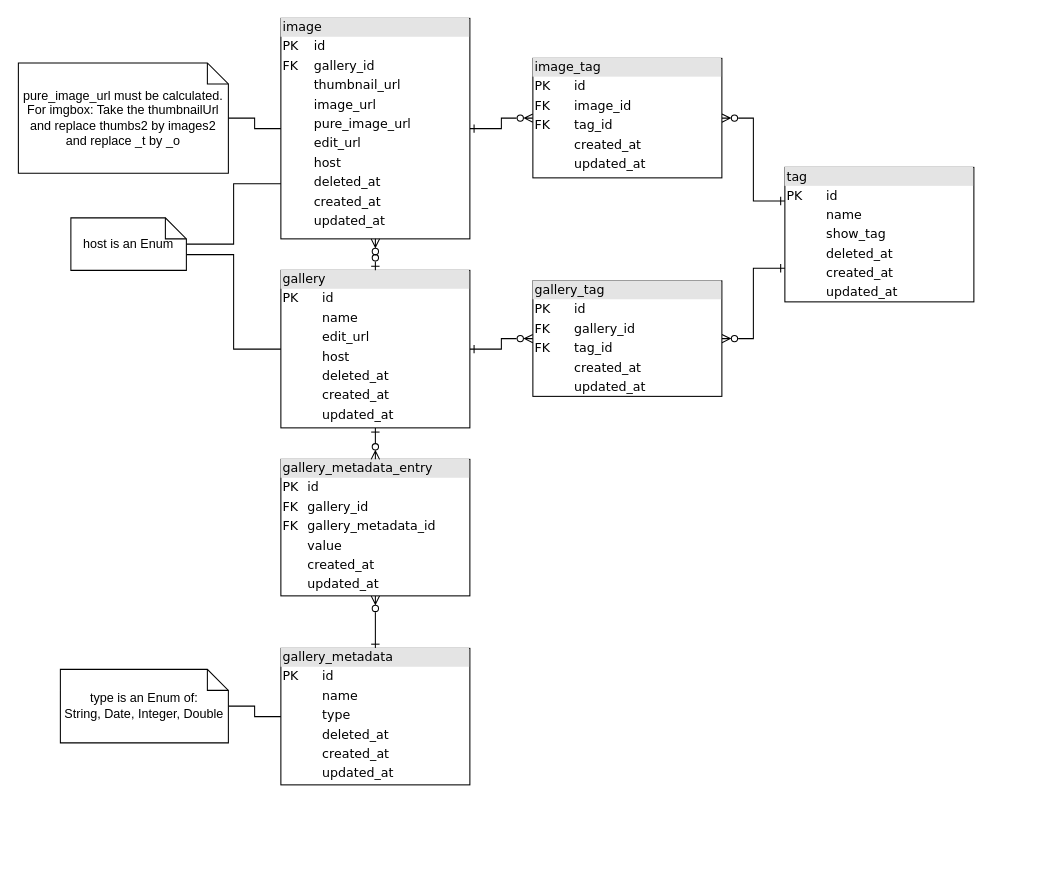
Before: docs/OGM-DB.drawio in Kokogino/online-gallery-manager, a draw.io diagram. Source tidied: cells renumbered, new cells numbered last; positions are measured from the earlier drawing's top-left corner, leaving out a move shared by most shapes. Both pictures are drawn from the tidied source at 105%, with x=0, y=0 at pixel (18, 18).
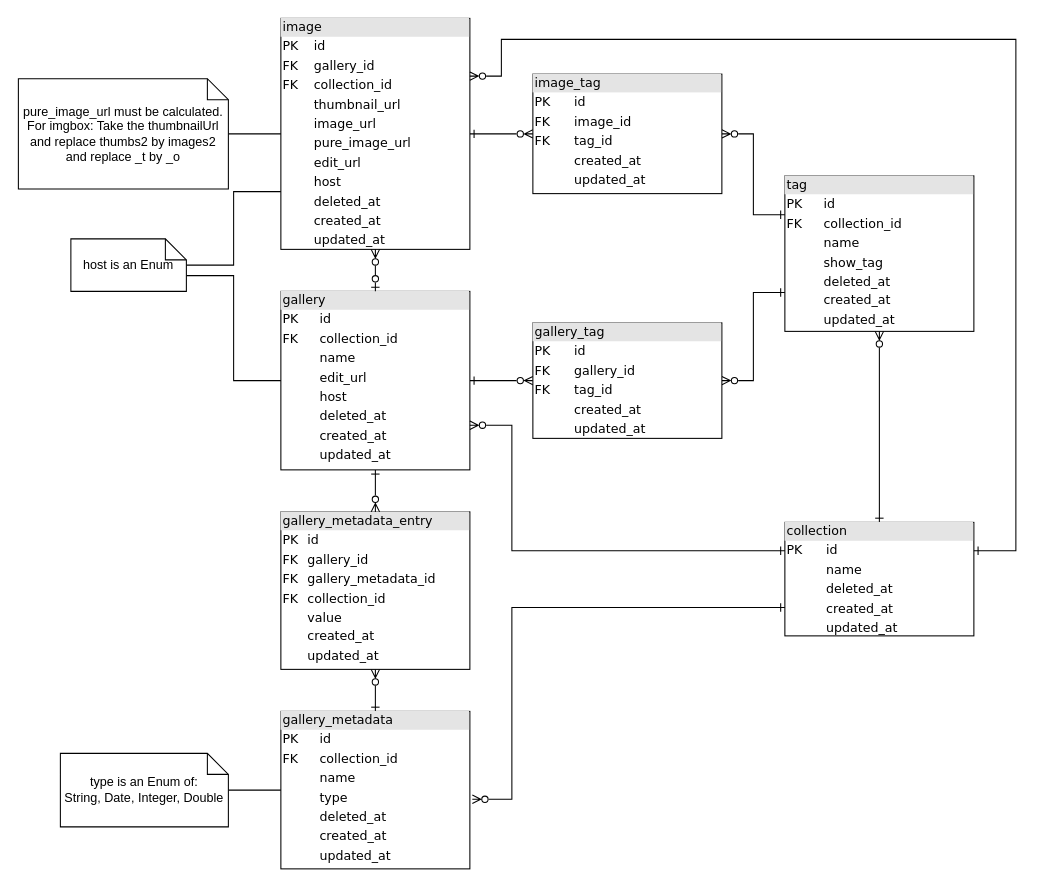
The same page after the edit.

Commit message:
Extend DB model diagram with collection table.

What changed in the source:
```diff
@@
-    <mxCell id="3" value="&lt;div style=&quot;box-sizing:border-box;width:100%;background:#e4e4e4;padding:2px;&quot;&gt;image&lt;/div&gt;&lt;table style=&quot;width:100%;font-size:1em;&quot; cellpadding=&quot;2&quot; cellspacing=&quot;0&quot;&gt;&lt;tbody&gt;&lt;tr&gt;&lt;td&gt;PK&lt;/td&gt;&lt;td&gt;id&lt;/td&gt;&lt;/tr&gt;&lt;tr&gt;&lt;td&gt;FK&lt;/td&gt;&lt;td&gt;gallery_id&lt;/td&gt;&lt;/tr&gt;&lt;tr&gt;&lt;td&gt;&lt;/td&gt;&lt;td&gt;thumbnail_url&lt;br&gt;&lt;/td&gt;&lt;/tr&gt;&lt;tr&gt;&lt;td&gt;&lt;br&gt;&lt;/td&gt;&lt;td&gt;image_url&lt;br&gt;&lt;/td&gt;&lt;/tr&gt;&lt;tr&gt;&lt;td&gt;&lt;br&gt;&lt;/td&gt;&lt;td&gt;pure_image_url&lt;br&gt;&lt;/td&gt;&lt;/tr&gt;&lt;tr&gt;&lt;td&gt;&lt;br&gt;&lt;/td&gt;&lt;td&gt;edit_url&lt;/td&gt;&lt;/tr&gt;&lt;tr&gt;&lt;td&gt;&lt;br&gt;&lt;/td&gt;&lt;td&gt;host&lt;/td&gt;&lt;/tr&gt;&lt;tr&gt;&lt;td&gt;&lt;br&gt;&lt;/td&gt;&lt;td&gt;deleted_at&lt;/td&gt;&lt;/tr&gt;&lt;tr&gt;&lt;td&gt;&lt;br&gt;&lt;/td&gt;&lt;td&gt;created_at&lt;/td&gt;&lt;/tr&gt;&lt;tr&gt;&lt;td&gt;&lt;br&gt;&lt;/td&gt;&lt;td&gt;updated_at&lt;/td&gt;&lt;/tr&gt;&lt;/tbody&gt;&lt;/table&gt;" style="verticalAlign=top;align=left;overflow=fill;html=1;rounded=0;shadow=0;comic=0;labelBackgroundColor=none;strokeWidth=1;fontFamily=Verdana;fontSize=12;" parent="1" vertex="1">
-      <mxGeometry x="250" width="180" height="210" as="geometry" />
+    <mxCell id="3" value="&lt;div style=&quot;box-sizing:border-box;width:100%;background:#e4e4e4;padding:2px;&quot;&gt;image&lt;/div&gt;&lt;table style=&quot;width:100%;font-size:1em;&quot; cellpadding=&quot;2&quot; cellspacing=&quot;0&quot;&gt;&lt;tbody&gt;&lt;tr&gt;&lt;td&gt;PK&lt;/td&gt;&lt;td&gt;id&lt;/td&gt;&lt;/tr&gt;&lt;tr&gt;&lt;td&gt;FK&lt;/td&gt;&lt;td&gt;gallery_id&lt;/td&gt;&lt;/tr&gt;&lt;tr&gt;&lt;td&gt;FK&lt;/td&gt;&lt;td&gt;collection_id&lt;br&gt;&lt;/td&gt;&lt;/tr&gt;&lt;tr&gt;&lt;td&gt;&lt;/td&gt;&lt;td&gt;thumbnail_url&lt;br&gt;&lt;/td&gt;&lt;/tr&gt;&lt;tr&gt;&lt;td&gt;&lt;br&gt;&lt;/td&gt;&lt;td&gt;image_url&lt;br&gt;&lt;/td&gt;&lt;/tr&gt;&lt;tr&gt;&lt;td&gt;&lt;br&gt;&lt;/td&gt;&lt;td&gt;pure_image_url&lt;br&gt;&lt;/td&gt;&lt;/tr&gt;&lt;tr&gt;&lt;td&gt;&lt;br&gt;&lt;/td&gt;&lt;td&gt;edit_url&lt;/td&gt;&lt;/tr&gt;&lt;tr&gt;&lt;td&gt;&lt;br&gt;&lt;/td&gt;&lt;td&gt;host&lt;/td&gt;&lt;/tr&gt;&lt;tr&gt;&lt;td&gt;&lt;br&gt;&lt;/td&gt;&lt;td&gt;deleted_at&lt;/td&gt;&lt;/tr&gt;&lt;tr&gt;&lt;td&gt;&lt;br&gt;&lt;/td&gt;&lt;td&gt;created_at&lt;/td&gt;&lt;/tr&gt;&lt;tr&gt;&lt;td&gt;&lt;br&gt;&lt;/td&gt;&lt;td&gt;updated_at&lt;/td&gt;&lt;/tr&gt;&lt;/tbody&gt;&lt;/table&gt;" style="verticalAlign=top;align=left;overflow=fill;html=1;rounded=0;shadow=0;comic=0;labelBackgroundColor=none;strokeWidth=1;fontFamily=Verdana;fontSize=12;" parent="1" vertex="1">
+      <mxGeometry x="250" width="180" height="220" as="geometry" />
     </mxCell>
@@
-    <mxCell id="5" value="&lt;div style=&quot;box-sizing: border-box ; width: 100% ; background: #e4e4e4 ; padding: 2px&quot;&gt;gallery_metadata&lt;/div&gt;&lt;table style=&quot;width: 100% ; font-size: 1em&quot; cellpadding=&quot;2&quot; cellspacing=&quot;0&quot;&gt;&lt;tbody&gt;&lt;tr&gt;&lt;td&gt;PK&lt;/td&gt;&lt;td&gt;id&lt;/td&gt;&lt;/tr&gt;&lt;tr&gt;&lt;td&gt;&lt;/td&gt;&lt;td&gt;name&lt;/td&gt;&lt;/tr&gt;&lt;tr&gt;&lt;td&gt;&lt;br&gt;&lt;/td&gt;&lt;td&gt;type&lt;/td&gt;&lt;/tr&gt;&lt;tr&gt;&lt;td&gt;&lt;br&gt;&lt;/td&gt;&lt;td&gt;deleted_at&lt;br&gt;&lt;/td&gt;&lt;/tr&gt;&lt;tr&gt;&lt;td&gt;&lt;br&gt;&lt;/td&gt;&lt;td&gt;created_at&lt;/td&gt;&lt;/tr&gt;&lt;tr&gt;&lt;td&gt;&lt;br&gt;&lt;/td&gt;&lt;td&gt;updated_at&lt;br&gt;&lt;/td&gt;&lt;/tr&gt;&lt;/tbody&gt;&lt;/table&gt;" style="verticalAlign=top;align=left;overflow=fill;html=1;rounded=0;shadow=0;comic=0;labelBackgroundColor=none;strokeWidth=1;fontFamily=Verdana;fontSize=12;" parent="1" vertex="1">
-      <mxGeometry x="250" y="600" width="180" height="130" as="geometry" />
+    <mxCell id="5" value="&lt;div style=&quot;box-sizing: border-box ; width: 100% ; background: #e4e4e4 ; padding: 2px&quot;&gt;gallery_metadata&lt;/div&gt;&lt;table style=&quot;width: 100% ; font-size: 1em&quot; cellpadding=&quot;2&quot; cellspacing=&quot;0&quot;&gt;&lt;tbody&gt;&lt;tr&gt;&lt;td&gt;PK&lt;/td&gt;&lt;td&gt;id&lt;/td&gt;&lt;/tr&gt;&lt;tr&gt;&lt;td&gt;FK&lt;/td&gt;&lt;td&gt;collection_id&lt;br&gt;&lt;/td&gt;&lt;/tr&gt;&lt;tr&gt;&lt;td&gt;&lt;/td&gt;&lt;td&gt;name&lt;/td&gt;&lt;/tr&gt;&lt;tr&gt;&lt;td&gt;&lt;br&gt;&lt;/td&gt;&lt;td&gt;type&lt;/td&gt;&lt;/tr&gt;&lt;tr&gt;&lt;td&gt;&lt;br&gt;&lt;/td&gt;&lt;td&gt;deleted_at&lt;br&gt;&lt;/td&gt;&lt;/tr&gt;&lt;tr&gt;&lt;td&gt;&lt;br&gt;&lt;/td&gt;&lt;td&gt;created_at&lt;/td&gt;&lt;/tr&gt;&lt;tr&gt;&lt;td&gt;&lt;br&gt;&lt;/td&gt;&lt;td&gt;updated_at&lt;br&gt;&lt;/td&gt;&lt;/tr&gt;&lt;/tbody&gt;&lt;/table&gt;" style="verticalAlign=top;align=left;overflow=fill;html=1;rounded=0;shadow=0;comic=0;labelBackgroundColor=none;strokeWidth=1;fontFamily=Verdana;fontSize=12;" parent="1" vertex="1">
+      <mxGeometry x="250" y="660" width="180" height="150" as="geometry" />
     </mxCell>
-    <mxCell id="6" value="&lt;div style=&quot;box-sizing: border-box ; width: 100% ; background: #e4e4e4 ; padding: 2px&quot;&gt;gallery_metadata_entry&lt;/div&gt;&lt;table style=&quot;width: 100% ; font-size: 1em&quot; cellpadding=&quot;2&quot; cellspacing=&quot;0&quot;&gt;&lt;tbody&gt;&lt;tr&gt;&lt;td&gt;PK&lt;/td&gt;&lt;td&gt;id&lt;/td&gt;&lt;/tr&gt;&lt;tr&gt;&lt;td&gt;FK&lt;/td&gt;&lt;td&gt;gallery_id&lt;/td&gt;&lt;/tr&gt;&lt;tr&gt;&lt;td&gt;FK&lt;/td&gt;&lt;td&gt;gallery_metadata_id&lt;/td&gt;&lt;/tr&gt;&lt;tr&gt;&lt;td&gt;&lt;br&gt;&lt;/td&gt;&lt;td&gt;value&lt;br&gt;&lt;/td&gt;&lt;/tr&gt;&lt;tr&gt;&lt;td&gt;&lt;br&gt;&lt;/td&gt;&lt;td&gt;created_at&lt;/td&gt;&lt;/tr&gt;&lt;tr&gt;&lt;td&gt;&lt;br&gt;&lt;/td&gt;&lt;td&gt;updated_at&lt;br&gt;&lt;/td&gt;&lt;/tr&gt;&lt;/tbody&gt;&lt;/table&gt;" style="verticalAlign=top;align=left;overflow=fill;html=1;rounded=0;shadow=0;comic=0;labelBackgroundColor=none;strokeWidth=1;fontFamily=Verdana;fontSize=12;" parent="1" vertex="1">
-      <mxGeometry x="250" y="420" width="180" height="130" as="geometry" />
+    <mxCell id="6" value="&lt;div style=&quot;box-sizing: border-box ; width: 100% ; background: #e4e4e4 ; padding: 2px&quot;&gt;gallery_metadata_entry&lt;/div&gt;&lt;table style=&quot;width: 100% ; font-size: 1em&quot; cellpadding=&quot;2&quot; cellspacing=&quot;0&quot;&gt;&lt;tbody&gt;&lt;tr&gt;&lt;td&gt;PK&lt;/td&gt;&lt;td&gt;id&lt;/td&gt;&lt;/tr&gt;&lt;tr&gt;&lt;td&gt;FK&lt;/td&gt;&lt;td&gt;gallery_id&lt;/td&gt;&lt;/tr&gt;&lt;tr&gt;&lt;td&gt;FK&lt;/td&gt;&lt;td&gt;gallery_metadata_id&lt;/td&gt;&lt;/tr&gt;&lt;tr&gt;&lt;td&gt;FK&lt;/td&gt;&lt;td&gt;collection_id&lt;br&gt;&lt;/td&gt;&lt;/tr&gt;&lt;tr&gt;&lt;td&gt;&lt;br&gt;&lt;/td&gt;&lt;td&gt;value&lt;br&gt;&lt;/td&gt;&lt;/tr&gt;&lt;tr&gt;&lt;td&gt;&lt;br&gt;&lt;/td&gt;&lt;td&gt;created_at&lt;/td&gt;&lt;/tr&gt;&lt;tr&gt;&lt;td&gt;&lt;br&gt;&lt;/td&gt;&lt;td&gt;updated_at&lt;br&gt;&lt;/td&gt;&lt;/tr&gt;&lt;/tbody&gt;&lt;/table&gt;" style="verticalAlign=top;align=left;overflow=fill;html=1;rounded=0;shadow=0;comic=0;labelBackgroundColor=none;strokeWidth=1;fontFamily=Verdana;fontSize=12;" parent="1" vertex="1">
+      <mxGeometry x="250" y="470" width="180" height="150" as="geometry" />
     </mxCell>
@@
-    <mxCell id="9" value="&lt;div style=&quot;box-sizing:border-box;width:100%;background:#e4e4e4;padding:2px;&quot;&gt;gallery&lt;/div&gt;&lt;table style=&quot;width:100%;font-size:1em;&quot; cellpadding=&quot;2&quot; cellspacing=&quot;0&quot;&gt;&lt;tbody&gt;&lt;tr&gt;&lt;td&gt;PK&lt;/td&gt;&lt;td&gt;id&lt;/td&gt;&lt;/tr&gt;&lt;tr&gt;&lt;td&gt;&lt;/td&gt;&lt;td&gt;name&lt;/td&gt;&lt;/tr&gt;&lt;tr&gt;&lt;td&gt;&lt;br&gt;&lt;/td&gt;&lt;td&gt;edit_url&lt;/td&gt;&lt;/tr&gt;&lt;tr&gt;&lt;td&gt;&lt;br&gt;&lt;/td&gt;&lt;td&gt;host&lt;/td&gt;&lt;/tr&gt;&lt;tr&gt;&lt;td&gt;&lt;br&gt;&lt;/td&gt;&lt;td&gt;deleted_at&lt;/td&gt;&lt;/tr&gt;&lt;tr&gt;&lt;td&gt;&lt;br&gt;&lt;/td&gt;&lt;td&gt;created_at&lt;br&gt;&lt;/td&gt;&lt;/tr&gt;&lt;tr&gt;&lt;td&gt;&lt;br&gt;&lt;/td&gt;&lt;td&gt;updated_at&lt;br&gt;&lt;/td&gt;&lt;/tr&gt;&lt;/tbody&gt;&lt;/table&gt;" style="verticalAlign=top;align=left;overflow=fill;html=1;rounded=0;shadow=0;comic=0;labelBackgroundColor=none;strokeWidth=1;fontFamily=Verdana;fontSize=12;" parent="1" vertex="1">
-      <mxGeometry x="250" y="240" width="180" height="150" as="geometry" />
+    <mxCell id="9" value="&lt;div style=&quot;box-sizing:border-box;width:100%;background:#e4e4e4;padding:2px;&quot;&gt;gallery&lt;/div&gt;&lt;table style=&quot;width:100%;font-size:1em;&quot; cellpadding=&quot;2&quot; cellspacing=&quot;0&quot;&gt;&lt;tbody&gt;&lt;tr&gt;&lt;td&gt;PK&lt;/td&gt;&lt;td&gt;id&lt;/td&gt;&lt;/tr&gt;&lt;tr&gt;&lt;td&gt;FK&lt;/td&gt;&lt;td&gt;collection_id&lt;br&gt;&lt;/td&gt;&lt;/tr&gt;&lt;tr&gt;&lt;td&gt;&lt;/td&gt;&lt;td&gt;name&lt;/td&gt;&lt;/tr&gt;&lt;tr&gt;&lt;td&gt;&lt;br&gt;&lt;/td&gt;&lt;td&gt;edit_url&lt;/td&gt;&lt;/tr&gt;&lt;tr&gt;&lt;td&gt;&lt;br&gt;&lt;/td&gt;&lt;td&gt;host&lt;/td&gt;&lt;/tr&gt;&lt;tr&gt;&lt;td&gt;&lt;br&gt;&lt;/td&gt;&lt;td&gt;deleted_at&lt;/td&gt;&lt;/tr&gt;&lt;tr&gt;&lt;td&gt;&lt;br&gt;&lt;/td&gt;&lt;td&gt;created_at&lt;br&gt;&lt;/td&gt;&lt;/tr&gt;&lt;tr&gt;&lt;td&gt;&lt;br&gt;&lt;/td&gt;&lt;td&gt;updated_at&lt;br&gt;&lt;/td&gt;&lt;/tr&gt;&lt;/tbody&gt;&lt;/table&gt;" style="verticalAlign=top;align=left;overflow=fill;html=1;rounded=0;shadow=0;comic=0;labelBackgroundColor=none;strokeWidth=1;fontFamily=Verdana;fontSize=12;" parent="1" vertex="1">
+      <mxGeometry x="250" y="260" width="180" height="170" as="geometry" />
     </mxCell>
@@
     <mxCell id="12" value="pure_image_url must be calculated.&lt;div&gt;For imgbox: Take the thumbnailUrl and replace thumbs2 by images2 and replace _t by _o&lt;/div&gt;" style="shape=note;size=20;whiteSpace=wrap;html=1;" parent="1" vertex="1">
-      <mxGeometry y="42.5" width="200" height="105" as="geometry" />
+      <mxGeometry y="57.5" width="200" height="105" as="geometry" />
     </mxCell>
@@
     <mxCell id="14" value="type is an Enum of:&lt;div&gt;String, Date, Integer, Double&lt;/div&gt;" style="shape=note;size=20;whiteSpace=wrap;html=1;" parent="1" vertex="1">
-      <mxGeometry x="40" y="620" width="160" height="70" as="geometry" />
+      <mxGeometry x="40" y="700" width="160" height="70" as="geometry" />
     </mxCell>
-    <mxCell id="15" value="&lt;div style=&quot;box-sizing:border-box;width:100%;background:#e4e4e4;padding:2px;&quot;&gt;tag&lt;/div&gt;&lt;table style=&quot;width:100%;font-size:1em;&quot; cellpadding=&quot;2&quot; cellspacing=&quot;0&quot;&gt;&lt;tbody&gt;&lt;tr&gt;&lt;td&gt;PK&lt;/td&gt;&lt;td&gt;id&lt;/td&gt;&lt;/tr&gt;&lt;tr&gt;&lt;td&gt;&lt;/td&gt;&lt;td&gt;name&lt;/td&gt;&lt;/tr&gt;&lt;tr&gt;&lt;td&gt;&lt;br&gt;&lt;/td&gt;&lt;td&gt;show_tag&lt;/td&gt;&lt;/tr&gt;&lt;tr&gt;&lt;td&gt;&lt;br&gt;&lt;/td&gt;&lt;td&gt;deleted_at&lt;br&gt;&lt;/td&gt;&lt;/tr&gt;&lt;tr&gt;&lt;td&gt;&lt;br&gt;&lt;/td&gt;&lt;td&gt;created_at&lt;/td&gt;&lt;/tr&gt;&lt;tr&gt;&lt;td&gt;&lt;br&gt;&lt;/td&gt;&lt;td&gt;updated_at&lt;br&gt;&lt;/td&gt;&lt;/tr&gt;&lt;/tbody&gt;&lt;/table&gt;" style="verticalAlign=top;align=left;overflow=fill;html=1;rounded=0;shadow=0;comic=0;labelBackgroundColor=none;strokeWidth=1;fontFamily=Verdana;fontSize=12;" parent="1" vertex="1">
-      <mxGeometry x="730" y="141.9" width="180" height="128.1" as="geometry" />
+    <mxCell id="15" value="&lt;div style=&quot;box-sizing:border-box;width:100%;background:#e4e4e4;padding:2px;&quot;&gt;tag&lt;/div&gt;&lt;table style=&quot;width:100%;font-size:1em;&quot; cellpadding=&quot;2&quot; cellspacing=&quot;0&quot;&gt;&lt;tbody&gt;&lt;tr&gt;&lt;td&gt;PK&lt;/td&gt;&lt;td&gt;id&lt;/td&gt;&lt;/tr&gt;&lt;tr&gt;&lt;td&gt;FK&lt;/td&gt;&lt;td&gt;collection_id&lt;/td&gt;&lt;/tr&gt;&lt;tr&gt;&lt;td&gt;&lt;/td&gt;&lt;td&gt;name&lt;/td&gt;&lt;/tr&gt;&lt;tr&gt;&lt;td&gt;&lt;br&gt;&lt;/td&gt;&lt;td&gt;show_tag&lt;/td&gt;&lt;/tr&gt;&lt;tr&gt;&lt;td&gt;&lt;br&gt;&lt;/td&gt;&lt;td&gt;deleted_at&lt;br&gt;&lt;/td&gt;&lt;/tr&gt;&lt;tr&gt;&lt;td&gt;&lt;br&gt;&lt;/td&gt;&lt;td&gt;created_at&lt;/td&gt;&lt;/tr&gt;&lt;tr&gt;&lt;td&gt;&lt;br&gt;&lt;/td&gt;&lt;td&gt;updated_at&lt;br&gt;&lt;/td&gt;&lt;/tr&gt;&lt;/tbody&gt;&lt;/table&gt;" style="verticalAlign=top;align=left;overflow=fill;html=1;rounded=0;shadow=0;comic=0;labelBackgroundColor=none;strokeWidth=1;fontFamily=Verdana;fontSize=12;" parent="1" vertex="1">
+      <mxGeometry x="730" y="150" width="180" height="148.1" as="geometry" />
     </mxCell>
@@
     <mxCell id="17" value="&lt;div style=&quot;box-sizing:border-box;width:100%;background:#e4e4e4;padding:2px;&quot;&gt;image_tag&lt;/div&gt;&lt;table style=&quot;width:100%;font-size:1em;&quot; cellpadding=&quot;2&quot; cellspacing=&quot;0&quot;&gt;&lt;tbody&gt;&lt;tr&gt;&lt;td&gt;PK&lt;/td&gt;&lt;td&gt;id&lt;/td&gt;&lt;/tr&gt;&lt;tr&gt;&lt;td&gt;FK&lt;/td&gt;&lt;td&gt;image_id&lt;/td&gt;&lt;/tr&gt;&lt;tr&gt;&lt;td&gt;FK&lt;/td&gt;&lt;td&gt;tag_id&lt;/td&gt;&lt;/tr&gt;&lt;tr&gt;&lt;td&gt;&lt;br&gt;&lt;/td&gt;&lt;td&gt;created_at&lt;/td&gt;&lt;/tr&gt;&lt;tr&gt;&lt;td&gt;&lt;br&gt;&lt;/td&gt;&lt;td&gt;updated_at&lt;/td&gt;&lt;/tr&gt;&lt;/tbody&gt;&lt;/table&gt;" style="verticalAlign=top;align=left;overflow=fill;html=1;rounded=0;shadow=0;comic=0;labelBackgroundColor=none;strokeWidth=1;fontFamily=Verdana;fontSize=12;" parent="1" vertex="1">
-      <mxGeometry x="490" y="38.1" width="180" height="113.8" as="geometry" />
+      <mxGeometry x="490" y="53.1" width="180" height="113.8" as="geometry" />
     </mxCell>
@@
     <mxCell id="19" value="&lt;div style=&quot;box-sizing:border-box;width:100%;background:#e4e4e4;padding:2px;&quot;&gt;gallery_tag&lt;/div&gt;&lt;table style=&quot;width:100%;font-size:1em;&quot; cellpadding=&quot;2&quot; cellspacing=&quot;0&quot;&gt;&lt;tbody&gt;&lt;tr&gt;&lt;td&gt;PK&lt;/td&gt;&lt;td&gt;id&lt;/td&gt;&lt;/tr&gt;&lt;tr&gt;&lt;td&gt;FK&lt;/td&gt;&lt;td&gt;gallery_id&lt;/td&gt;&lt;/tr&gt;&lt;tr&gt;&lt;td&gt;FK&lt;/td&gt;&lt;td&gt;tag_id&lt;/td&gt;&lt;/tr&gt;&lt;tr&gt;&lt;td&gt;&lt;br&gt;&lt;/td&gt;&lt;td&gt;created_at&lt;/td&gt;&lt;/tr&gt;&lt;tr&gt;&lt;td&gt;&lt;br&gt;&lt;/td&gt;&lt;td&gt;updated_at&lt;br&gt;&lt;/td&gt;&lt;/tr&gt;&lt;/tbody&gt;&lt;/table&gt;" style="verticalAlign=top;align=left;overflow=fill;html=1;rounded=0;shadow=0;comic=0;labelBackgroundColor=none;strokeWidth=1;fontFamily=Verdana;fontSize=12;" parent="1" vertex="1">
-      <mxGeometry x="490" y="250" width="180" height="110" as="geometry" />
+      <mxGeometry x="490" y="290" width="180" height="110" as="geometry" />
     </mxCell>
@@
-    <mxCell id="21" style="edgeStyle=orthogonalEdgeStyle;rounded=0;jettySize=auto;html=1;endArrow=none;endFill=0;exitX=0;exitY=0;exitDx=110;exitDy=35;exitPerimeter=0;" parent="1" edge="1" source="22" target="9">
+    <mxCell id="21" style="edgeStyle=orthogonalEdgeStyle;rounded=0;jettySize=auto;html=1;endArrow=none;endFill=0;exitX=0;exitY=0;exitDx=110;exitDy=35;exitPerimeter=0;entryX=0;entryY=0.5;entryDx=0;entryDy=0;" parent="1" edge="1" source="22" target="9">
       <mxGeometry relative="1" as="geometry" />
     </mxCell>
     <mxCell id="22" value="host is an Enum" style="shape=note;size=20;whiteSpace=wrap;html=1;" parent="1" vertex="1">
-      <mxGeometry x="50" y="190" width="110" height="50" as="geometry" />
+      <mxGeometry x="50" y="210" width="110" height="50" as="geometry" />
     </mxCell>
+    <mxCell id="23" style="edgeStyle=orthogonalEdgeStyle;rounded=0;jettySize=auto;html=1;entryX=0.5;entryY=1;entryDx=0;entryDy=0;endArrow=ERzeroToMany;endFill=0;startArrow=ERone;startFill=0;" parent="1" edge="1" source="24" target="15">
+      <mxGeometry relative="1" as="geometry" />
+    </mxCell>
+    <mxCell id="24" value="&lt;div style=&quot;box-sizing:border-box;width:100%;background:#e4e4e4;padding:2px;&quot;&gt;collection&lt;/div&gt;&lt;table style=&quot;width:100%;font-size:1em;&quot; cellpadding=&quot;2&quot; cellspacing=&quot;0&quot;&gt;&lt;tbody&gt;&lt;tr&gt;&lt;td&gt;PK&lt;/td&gt;&lt;td&gt;id&lt;/td&gt;&lt;/tr&gt;&lt;tr&gt;&lt;td&gt;&lt;/td&gt;&lt;td&gt;name&lt;/td&gt;&lt;/tr&gt;&lt;tr&gt;&lt;td&gt;&lt;br&gt;&lt;/td&gt;&lt;td&gt;deleted_at&lt;br&gt;&lt;/td&gt;&lt;/tr&gt;&lt;tr&gt;&lt;td&gt;&lt;br&gt;&lt;/td&gt;&lt;td&gt;created_at&lt;/td&gt;&lt;/tr&gt;&lt;tr&gt;&lt;td&gt;&lt;br&gt;&lt;/td&gt;&lt;td&gt;updated_at&lt;br&gt;&lt;/td&gt;&lt;/tr&gt;&lt;/tbody&gt;&lt;/table&gt;" style="verticalAlign=top;align=left;overflow=fill;html=1;rounded=0;shadow=0;comic=0;labelBackgroundColor=none;strokeWidth=1;fontFamily=Verdana;fontSize=12;" parent="1" vertex="1">
+      <mxGeometry x="730" y="480" width="180" height="108.1" as="geometry" />
+    </mxCell>
+    <mxCell id="25" style="edgeStyle=orthogonalEdgeStyle;rounded=0;jettySize=auto;html=1;entryX=1;entryY=0.75;entryDx=0;entryDy=0;endArrow=ERzeroToMany;endFill=0;startArrow=ERone;startFill=0;exitX=0;exitY=0.25;exitDx=0;exitDy=0;" parent="1" edge="1" source="24" target="9">
+      <mxGeometry relative="1" as="geometry">
+        <Array as="points">
+          <mxPoint x="470" y="507" />
+          <mxPoint x="470" y="388" />
+        </Array>
+      </mxGeometry>
+    </mxCell>
+    <mxCell id="26" style="edgeStyle=orthogonalEdgeStyle;rounded=0;jettySize=auto;html=1;endArrow=ERzeroToMany;endFill=0;startArrow=ERone;startFill=0;exitX=0;exitY=0.75;exitDx=0;exitDy=0;entryX=1.013;entryY=0.558;entryDx=0;entryDy=0;entryPerimeter=0;" parent="1" edge="1" source="24" target="5">
+      <mxGeometry relative="1" as="geometry">
+        <Array as="points">
+          <mxPoint x="470" y="561" />
+          <mxPoint x="470" y="744" />
+        </Array>
+      </mxGeometry>
+    </mxCell>
+    <mxCell id="27" style="edgeStyle=orthogonalEdgeStyle;rounded=0;jettySize=auto;html=1;entryX=1;entryY=0.25;entryDx=0;entryDy=0;endArrow=ERzeroToMany;endFill=0;startArrow=ERone;startFill=0;exitX=1;exitY=0.25;exitDx=0;exitDy=0;" parent="1" edge="1" source="24" target="3">
+      <mxGeometry relative="1" as="geometry">
+        <Array as="points">
+          <mxPoint x="950" y="507" />
+          <mxPoint x="950" y="20" />
+          <mxPoint x="460" y="20" />
+          <mxPoint x="460" y="55" />
+        </Array>
+      </mxGeometry>
+    </mxCell>
```
